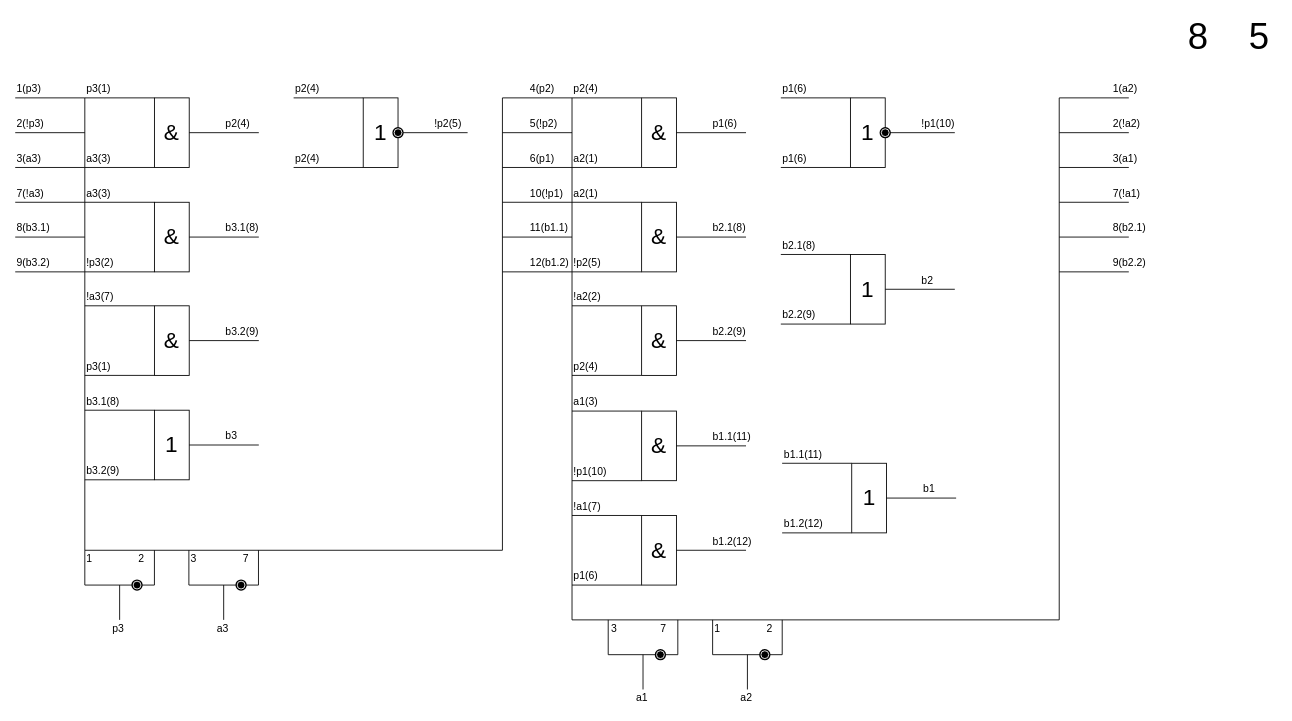
Above: counter.drawio in nayutalienx/digital_circuits (draw.io), before the change. Source tidied: cells renumbered, new cells numbered last; positions are measured from the earlier drawing's top-left corner, leaving out a move shared by most shapes. Both pictures are drawn from the tidied source at 87%, with x=0, y=0 at pixel (15, 28).
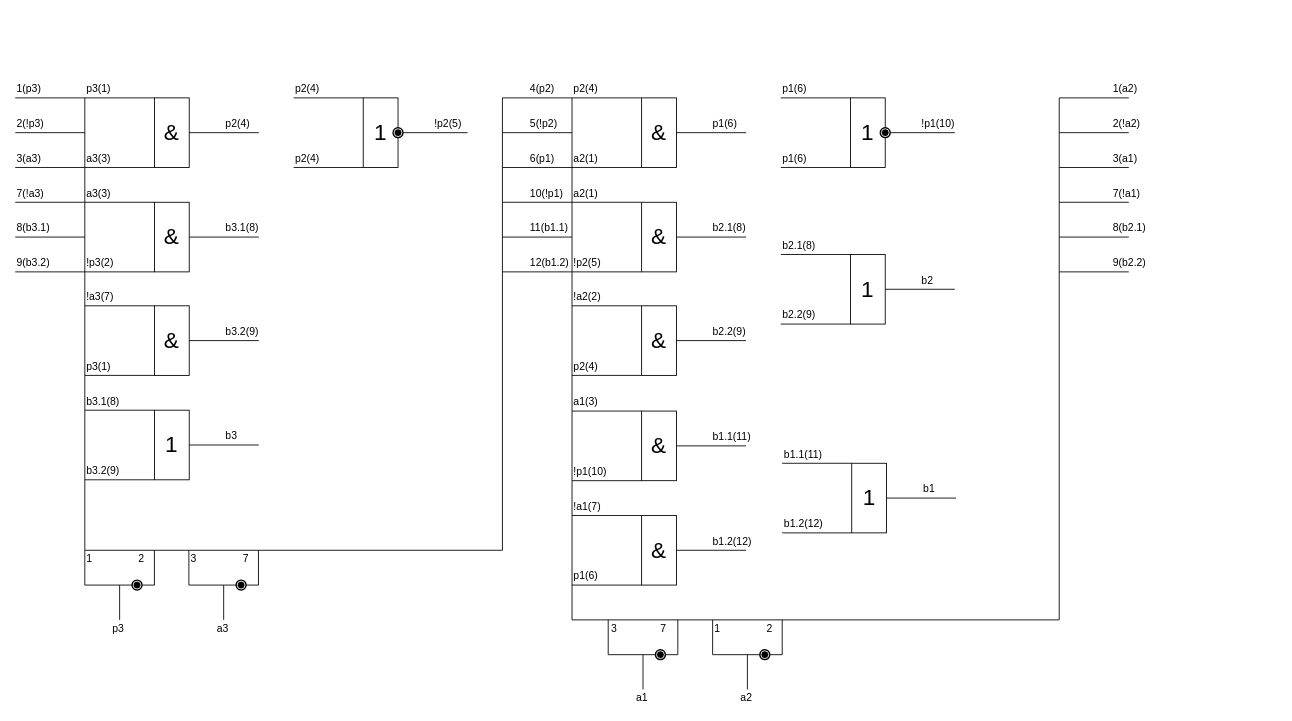
After the change.

What changed in the source:
```diff
@@
-    <mxCell id="58" value="&lt;font style=&quot;font-size: 42px&quot;&gt;8&lt;/font&gt;" style="text;html=1;strokeColor=none;fillColor=none;align=center;verticalAlign=middle;whiteSpace=wrap;rounded=0;" parent="1" vertex="1">
-      <mxGeometry x="1340" width="40" height="20" as="geometry" />
-    </mxCell>
-    <mxCell id="59" value="&lt;font style=&quot;font-size: 42px&quot;&gt;5&lt;/font&gt;" style="text;html=1;strokeColor=none;fillColor=none;align=center;verticalAlign=middle;whiteSpace=wrap;rounded=0;" parent="1" vertex="1">
-      <mxGeometry x="1410" width="40" height="20" as="geometry" />
-    </mxCell>
```
